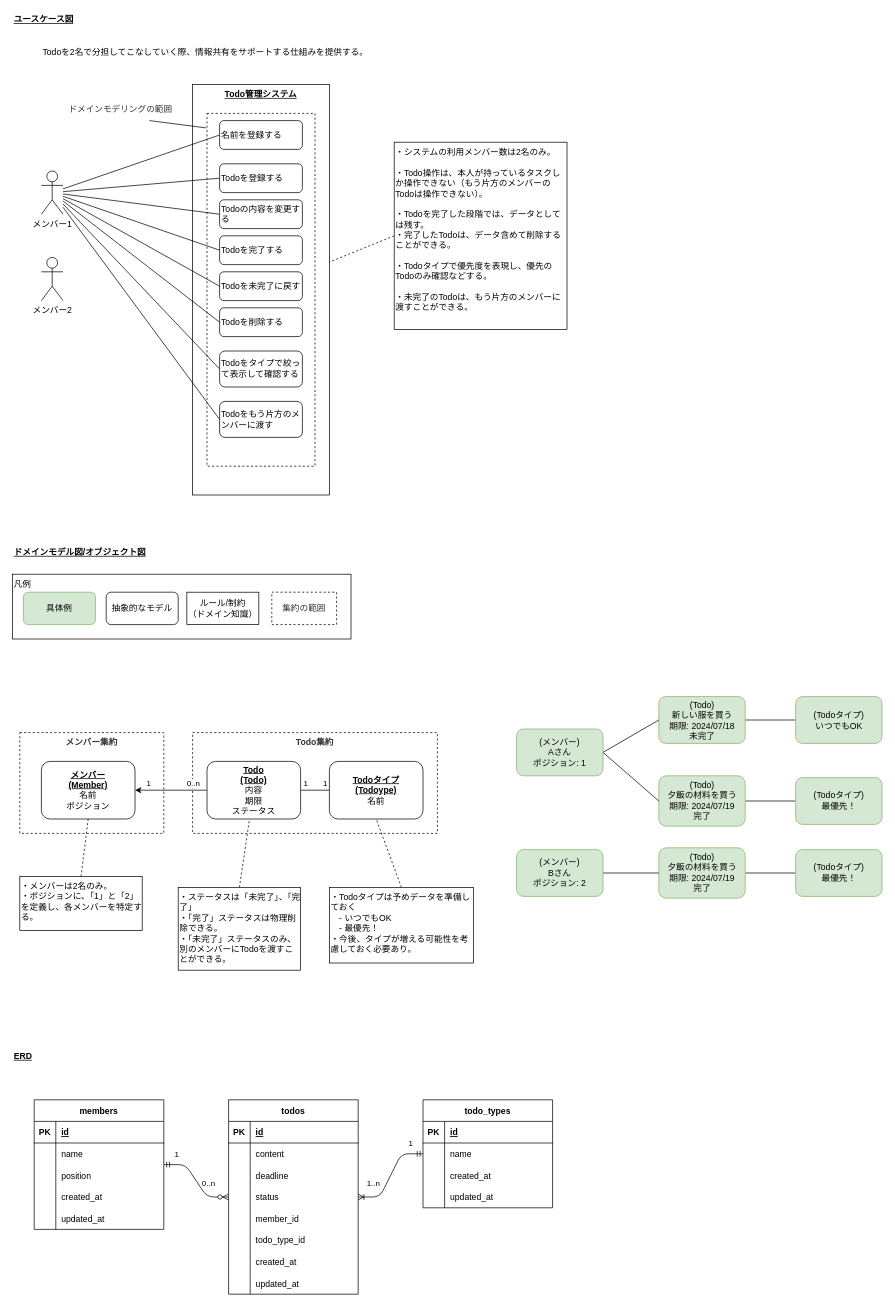
Before: ddd/ddd-sample-app-cs/docs/ドメインモデル.drawio in atman-33/system-dev-docs, a draw.io diagram. Source tidied: cells renumbered, new cells numbered last; positions are measured from the earlier drawing's top-left corner, leaving out a move shared by most shapes. Both pictures are drawn from the tidied source at 72%, with x=0, y=0 at pixel (12, 12).
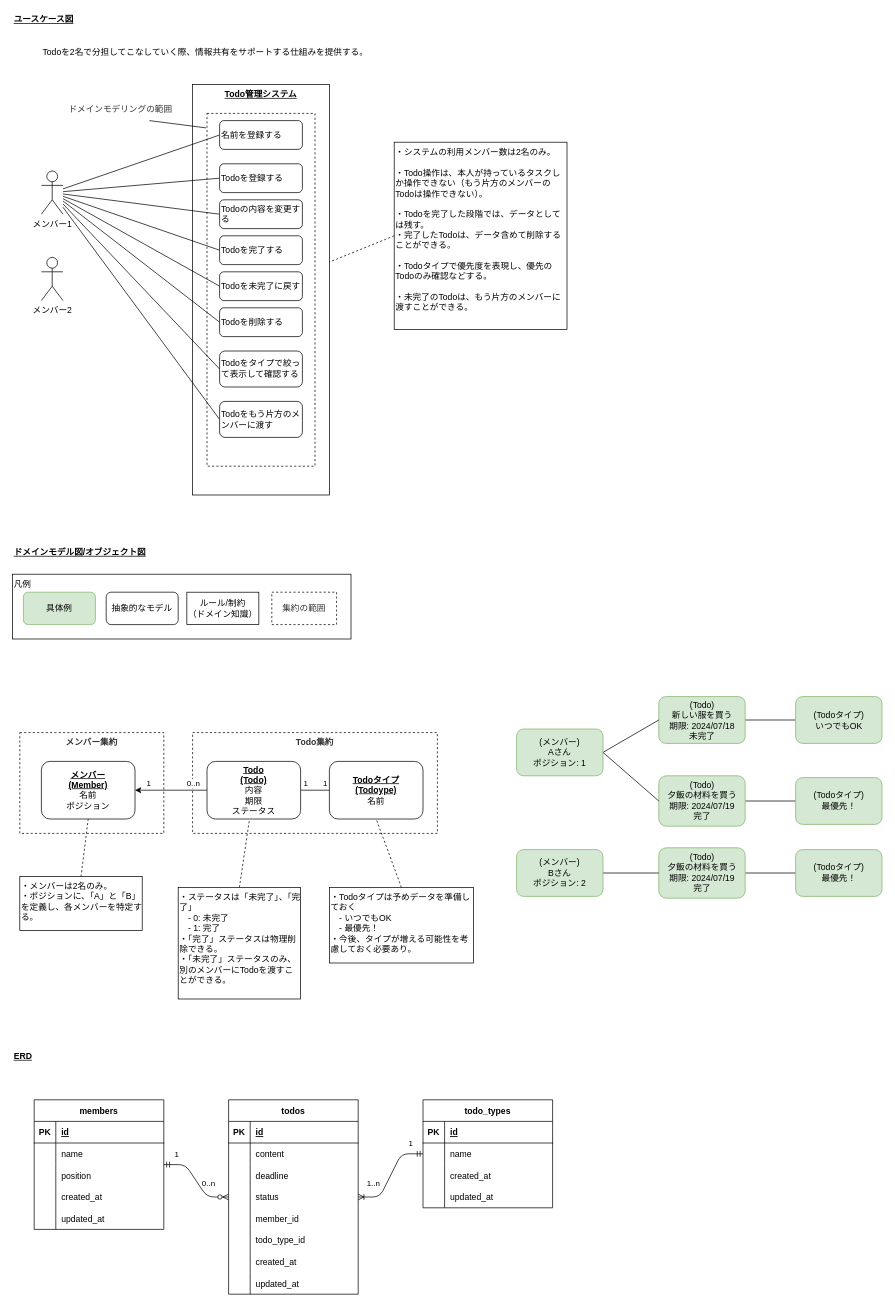
The same diagram, later.

Commit message (it also covers changes not shown here):
docs(ddd): ドキュメントを見直し

Change to the diagram source:
```diff
@@
-    <mxCell id="60" value="・ステータスは「未完了」、「完了」&lt;br&gt;・「完了」ステータスは物理削除できる。&lt;br&gt;・「未完了」ステータスのみ、別のメンバーにTodoを渡すことができる。" style="rounded=0;whiteSpace=wrap;html=1;align=left;verticalAlign=top;" parent="1" vertex="1">
-      <mxGeometry x="230" y="1215" width="170" height="115" as="geometry" />
+    <mxCell id="60" value="・ステータスは「未完了」、「完了」&lt;br&gt;　- 0: 未完了&lt;br&gt;　- 1: 完了&lt;br&gt;・「完了」ステータスは物理削除できる。&lt;br&gt;・「未完了」ステータスのみ、別のメンバーにTodoを渡すことができる。" style="rounded=0;whiteSpace=wrap;html=1;align=left;verticalAlign=top;" parent="1" vertex="1">
+      <mxGeometry x="230" y="1215" width="170" height="155" as="geometry" />
     </mxCell>
@@
-    <mxCell id="64" value="・メンバーは2名のみ。&lt;br&gt;・ポジションに、「1」と「2」を定義し、各メンバーを特定する。" style="rounded=0;whiteSpace=wrap;html=1;align=left;verticalAlign=top;" parent="1" vertex="1">
+    <mxCell id="64" value="・メンバーは2名のみ。&lt;br&gt;・ポジションに、「A」と「B」を定義し、各メンバーを特定する。" style="rounded=0;whiteSpace=wrap;html=1;align=left;verticalAlign=top;" parent="1" vertex="1">
       <mxGeometry x="10" y="1200" width="170" height="75" as="geometry" />
     </mxCell>
```
